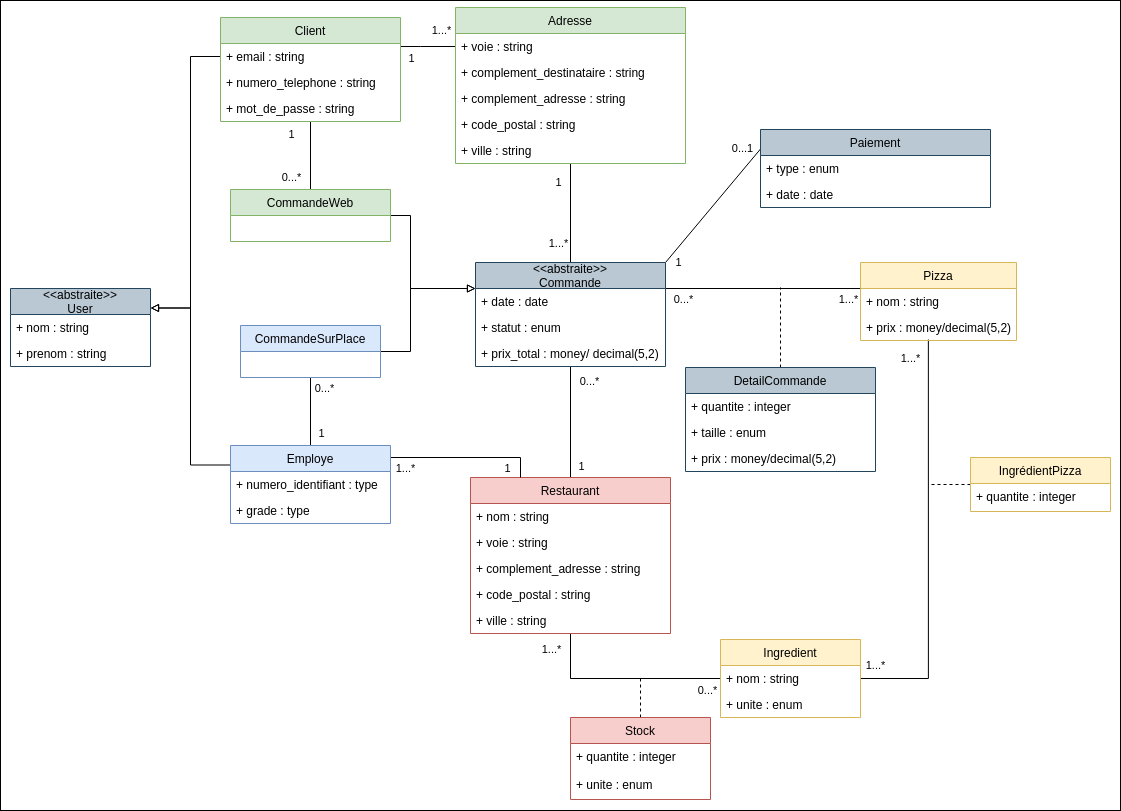
The draw.io diagram P6_classe.png in micktymoon/P6_pelletier_c-line, before a commit. Source tidied: cells renumbered, new cells last; positions are measured from the earlier drawing's top-left corner, leaving out a move shared by most shapes.
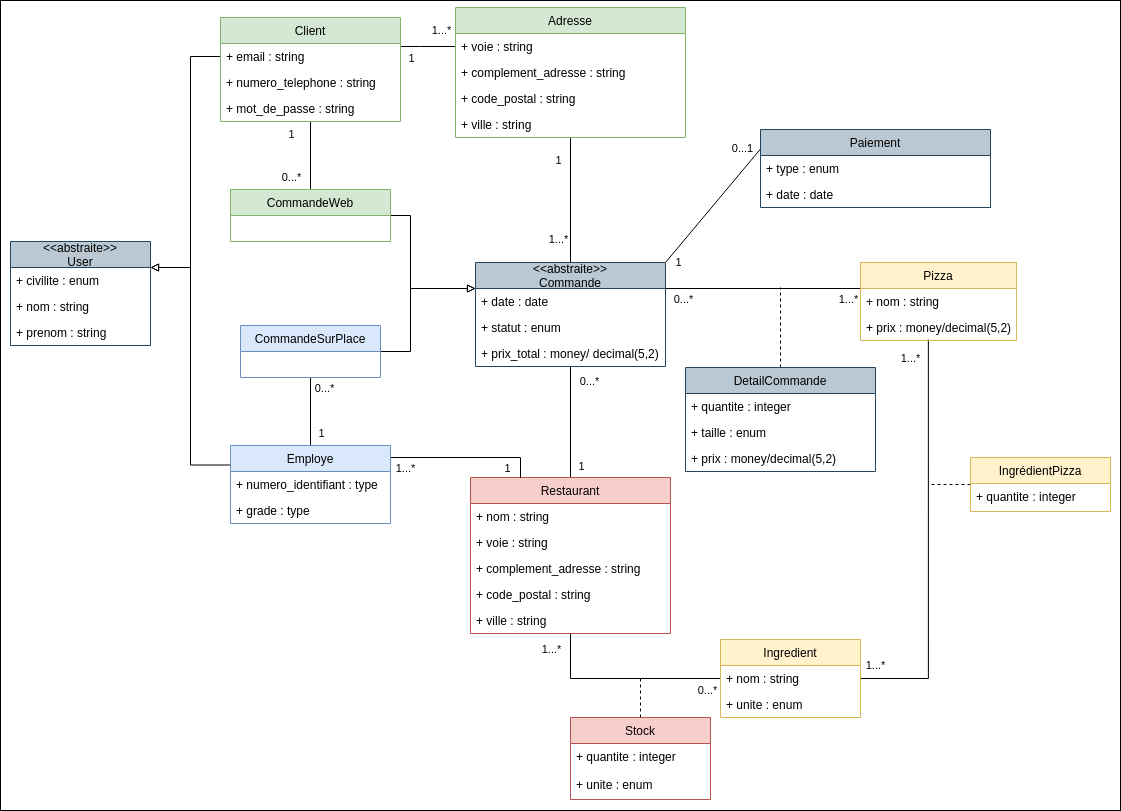
After the change.

Commit message:
diag classe terminé

Change to the diagram source:
```diff
@@ -136,7 +136,7 @@
     <mxCell id="29" style="rounded=0;jettySize=auto;html=1;exitX=1;exitY=0.25;exitDx=0;exitDy=0;entryX=0;entryY=0.5;entryDx=0;entryDy=0;endArrow=none;endFill=0;startArrow=block;startFill=0;edgeStyle=orthogonalEdgeStyle;" parent="1" edge="1" source="83" target="50">
       <mxGeometry relative="1" as="geometry">
         <Array as="points">
-          <mxPoint x="190" y="308" />
+          <mxPoint x="190" y="267" />
           <mxPoint x="190" y="56" />
         </Array>
       </mxGeometry>
@@ -144,28 +144,25 @@
     <mxCell id="30" style="rounded=0;jettySize=auto;html=1;exitX=1;exitY=0.25;exitDx=0;exitDy=0;entryX=0;entryY=0.25;entryDx=0;entryDy=0;startArrow=block;startFill=0;endArrow=none;endFill=0;strokeWidth=1;sourcePerimeterSpacing=0;edgeStyle=orthogonalEdgeStyle;" parent="1" edge="1" source="83" target="60">
       <mxGeometry relative="1" as="geometry">
         <Array as="points">
-          <mxPoint x="190" y="308" />
+          <mxPoint x="190" y="267" />
           <mxPoint x="190" y="465" />
         </Array>
       </mxGeometry>
     </mxCell>
     <mxCell id="31" value="Adresse" style="swimlane;fontStyle=0;horizontal=1;startSize=26;fillColor=#d5e8d4;strokeColor=#82b366;" parent="1" vertex="1">
-      <mxGeometry x="455" y="7" width="230" height="156" as="geometry" />
+      <mxGeometry x="455" y="7" width="230" height="130" as="geometry" />
     </mxCell>
     <mxCell id="32" value="+ voie : string" style="text;strokeColor=none;fillColor=none;align=left;verticalAlign=top;spacingLeft=4;spacingRight=4;overflow=hidden;" parent="31" vertex="1">
       <mxGeometry y="26" width="230" height="26" as="geometry" />
     </mxCell>
-    <mxCell id="33" value="+ complement_destinataire : string" style="text;strokeColor=none;fillColor=none;align=left;verticalAlign=top;spacingLeft=4;spacingRight=4;overflow=hidden;" parent="31" vertex="1">
-      <mxGeometry y="52" width="230" height="26" as="geometry" />
-    </mxCell>
     <mxCell id="34" value="+ complement_adresse : string" style="text;strokeColor=none;fillColor=none;align=left;verticalAlign=top;spacingLeft=4;spacingRight=4;overflow=hidden;" parent="31" vertex="1">
-      <mxGeometry y="78" width="230" height="26" as="geometry" />
+      <mxGeometry y="52" width="230" height="26" as="geometry" />
     </mxCell>
     <mxCell id="35" value="+ code_postal : string" style="text;strokeColor=none;fillColor=none;align=left;verticalAlign=top;spacingLeft=4;spacingRight=4;overflow=hidden;" parent="31" vertex="1">
-      <mxGeometry y="104" width="230" height="26" as="geometry" />
+      <mxGeometry y="78" width="230" height="26" as="geometry" />
     </mxCell>
     <mxCell id="36" value="+ ville : string" style="text;strokeColor=none;fillColor=none;align=left;verticalAlign=top;spacingLeft=4;spacingRight=4;overflow=hidden;" parent="31" vertex="1">
-      <mxGeometry y="130" width="230" height="26" as="geometry" />
+      <mxGeometry y="104" width="230" height="26" as="geometry" />
     </mxCell>
     <mxCell id="37" value="Restaurant" style="swimlane;fontStyle=0;horizontal=1;startSize=26;fillColor=#f8cecc;strokeColor=#b85450;" parent="1" vertex="1">
       <mxGeometry x="470" y="477" width="200" height="156" as="geometry" />
@@ -323,13 +320,16 @@
       <mxGeometry y="26" width="140" height="28" as="geometry" />
     </mxCell>
     <mxCell id="83" value="&lt;&lt;abstraite&gt;&gt;&#10;User" style="swimlane;fontStyle=0;horizontal=1;startSize=26;fillColor=#bac8d3;strokeColor=#23445d;" parent="1" vertex="1">
-      <mxGeometry x="10" y="288" width="140" height="78" as="geometry" />
+      <mxGeometry x="10" y="241" width="140" height="104" as="geometry" />
     </mxCell>
+    <mxCell id="85" value="+ civilite : enum" style="text;strokeColor=none;fillColor=none;align=left;verticalAlign=top;spacingLeft=4;spacingRight=4;overflow=hidden;" parent="83" vertex="1">
+      <mxGeometry y="26" width="140" height="26" as="geometry" />
+    </mxCell>
     <mxCell id="84" value="+ nom : string" style="text;strokeColor=none;fillColor=none;align=left;verticalAlign=top;spacingLeft=4;spacingRight=4;overflow=hidden;" parent="83" vertex="1">
-      <mxGeometry y="26" width="140" height="26" as="geometry" />
+      <mxGeometry y="52" width="140" height="26" as="geometry" />
     </mxCell>
-    <mxCell id="85" value="+ prenom : string" style="text;strokeColor=none;fillColor=none;align=left;verticalAlign=top;spacingLeft=4;spacingRight=4;overflow=hidden;" parent="83" vertex="1">
-      <mxGeometry y="52" width="140" height="26" as="geometry" />
-    </mxCell>
+    <mxCell id="86" value="+ prenom : string" style="text;strokeColor=none;fillColor=none;align=left;verticalAlign=top;spacingLeft=4;spacingRight=4;overflow=hidden;" parent="83" vertex="1">
+      <mxGeometry y="78" width="140" height="26" as="geometry" />
+    </mxCell>
   </root>
 </mxGraphModel>
```
